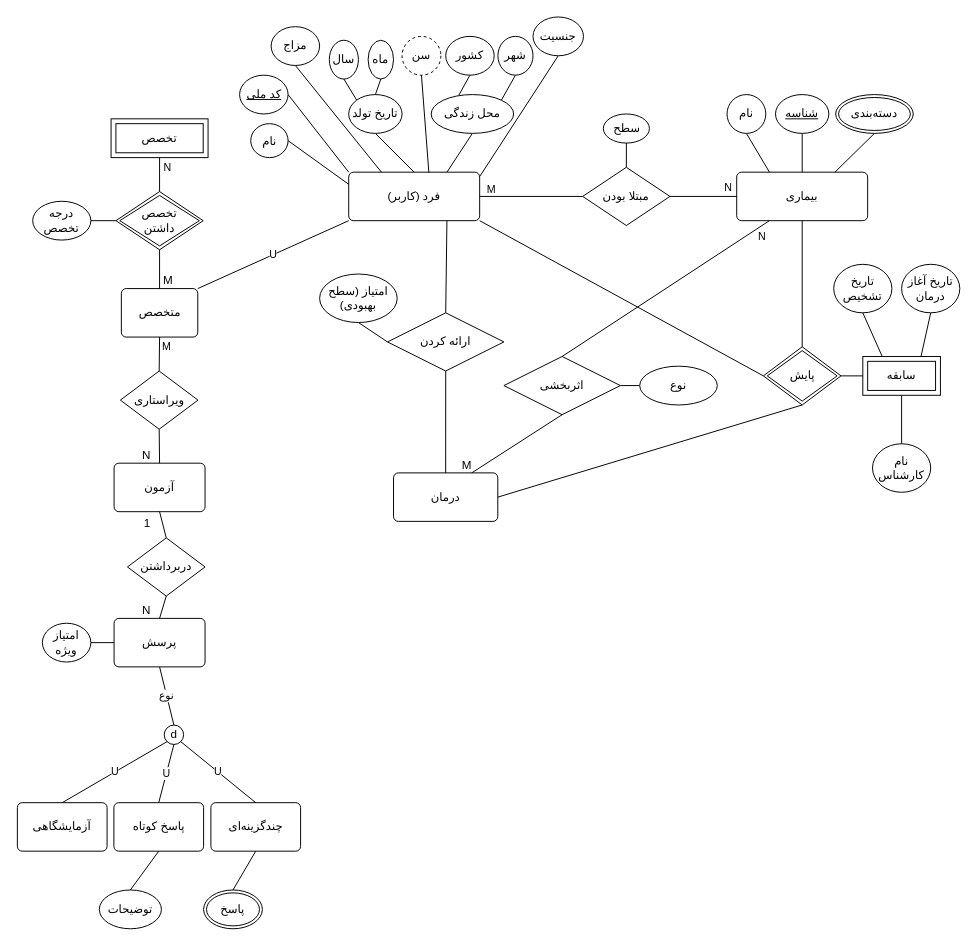
The draw.io diagram diagrams/eer.drawio in machitgarha/darmana, before the edit. Source tidied: cells renumbered, new cells numbered last; positions are measured from the earlier drawing's top-left corner, leaving out a move shared by most shapes. Both pictures are drawn from the tidied source at 97%, with x=0, y=0 at pixel (16, 16).
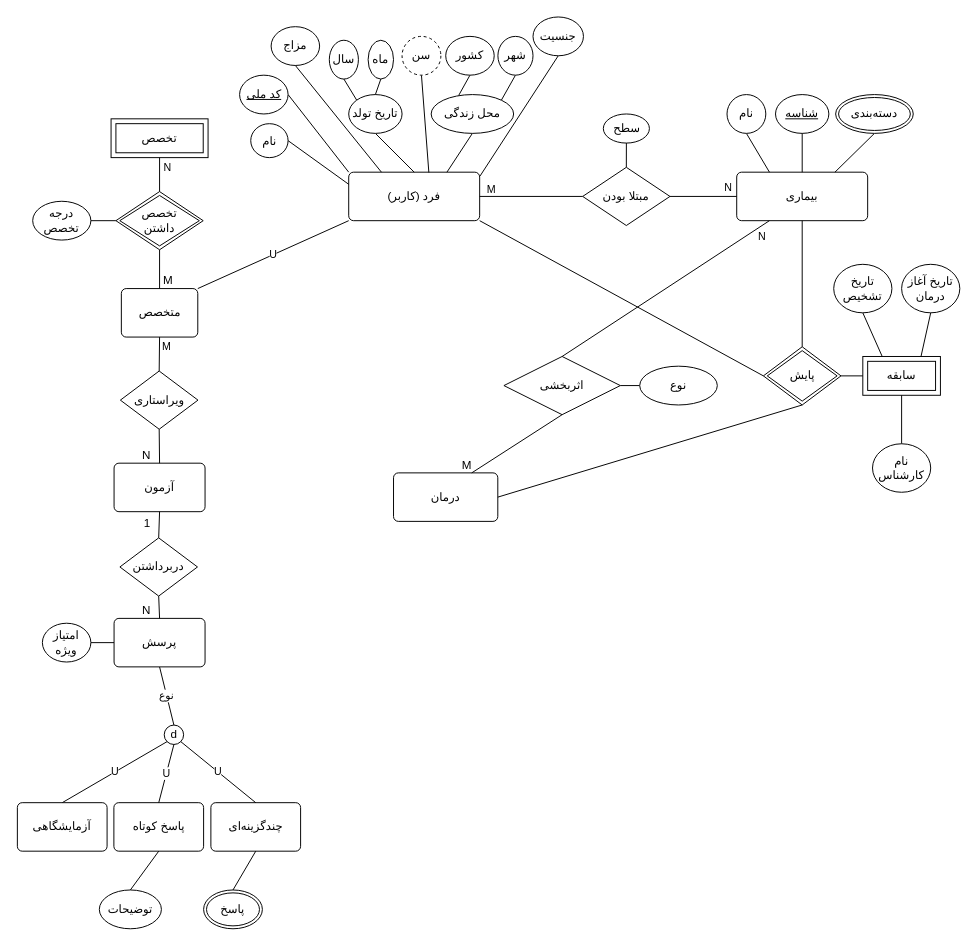
Above is the later version.

Commit message:
EER: Remove presentation of a therapy by a user

Presentation means almost nothing. We should have another system
like GitHub, in which users should create, contribute, etc., which
is mentioned in the proposal as a todo.

Unchanged cells that the change refers to:
```xml
<mxCell id="2" value="&lt;div&gt;فرد (کاربر)&lt;/div&gt;" style="rounded=1;arcSize=10;whiteSpace=wrap;html=1;align=center;" parent="1" vertex="1">
  <mxGeometry x="342" y="160" width="135" height="50" as="geometry" />
</mxCell>
<mxCell id="20" value="درمان" style="rounded=1;arcSize=10;whiteSpace=wrap;html=1;align=center;" parent="1" vertex="1">
  <mxGeometry x="388.2" y="470" width="107.5" height="50" as="geometry" />
</mxCell>
```

Diff of the diagram source:
```diff
@@
-    <mxCell id="48" style="endArrow=none;html=1;rounded=0;exitX=0;exitY=0.5;exitDx=0;exitDy=0;entryX=0.5;entryY=1;entryDx=0;entryDy=0;" parent="1" edge="1" source="49" target="54">
-      <mxGeometry relative="1" as="geometry" />
-    </mxCell>
-    <mxCell id="49" value="ارائه کردن" style="shape=rhombus;perimeter=rhombusPerimeter;whiteSpace=wrap;html=1;align=center;" parent="1" vertex="1">
-      <mxGeometry x="382" y="305" width="120" height="60" as="geometry" />
-    </mxCell>
-    <mxCell id="50" style="endArrow=none;html=1;rounded=0;exitX=0.75;exitY=1;exitDx=0;exitDy=0;entryX=0.5;entryY=0;entryDx=0;entryDy=0;" parent="1" edge="1" source="2" target="49">
-      <mxGeometry relative="1" as="geometry" />
-    </mxCell>
-    <mxCell id="51" style="endArrow=none;html=1;rounded=0;exitX=0.5;exitY=1;exitDx=0;exitDy=0;entryX=0.5;entryY=0;entryDx=0;entryDy=0;" parent="1" edge="1" source="49" target="20">
-      <mxGeometry relative="1" as="geometry" />
-    </mxCell>
-    <mxCell id="52" style="html=1;align=left;verticalAlign=bottom;" parent="51" vertex="1">
-      <mxGeometry x="-1" relative="1" as="geometry" />
-    </mxCell>
-    <mxCell id="53" style="html=1;align=right;verticalAlign=bottom;" parent="51" vertex="1">
-      <mxGeometry x="1" relative="1" as="geometry" />
-    </mxCell>
-    <mxCell id="54" value="امتیاز (سطح بهبودی)" style="ellipse;whiteSpace=wrap;html=1;align=center;" parent="1" vertex="1">
-      <mxGeometry x="312" y="265" width="80" height="50" as="geometry" />
-    </mxCell>
@@
     <mxCell id="101" value="دربرداشتن" style="shape=rhombus;perimeter=rhombusPerimeter;whiteSpace=wrap;html=1;align=center;" parent="1" vertex="1">
-      <mxGeometry x="113.9" y="537" width="80" height="60" as="geometry" />
+      <mxGeometry x="106.1" y="537" width="80" height="60" as="geometry" />
     </mxCell>
```
